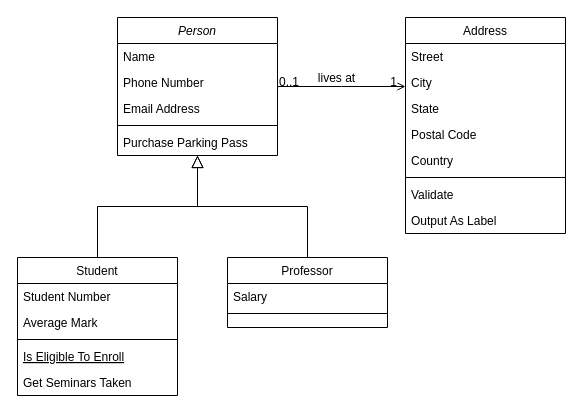
This is CPP_TP1_UML.drawio from Arkpsss/CPP_TP2, a draw.io file, before an edit. Source tidied: cells renumbered, new cells numbered last; positions are measured from the earlier drawing's top-left corner, leaving out a move shared by most shapes. Both pictures are drawn from the tidied source at 100%, with x=0, y=0 at pixel (17, 17).
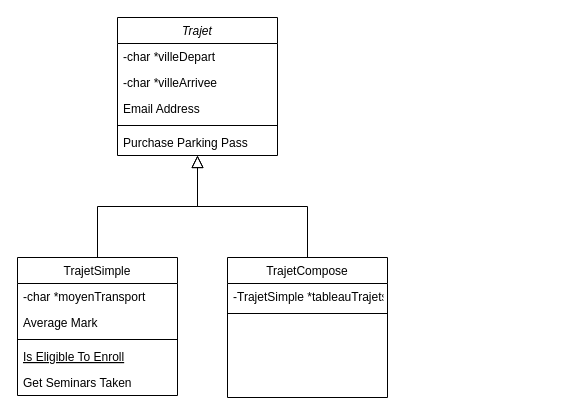
After the change.

Commit message (it also covers changes not shown here):
Mettre à jour CPP_TP1_UML.drawio

The edit, as a diff of the source:
```diff
@@
-    <mxCell id="2" value="Person" style="swimlane;fontStyle=2;align=center;verticalAlign=top;horizontal=1;startSize=26;rounded=0;shadow=0;strokeWidth=1;" parent="1" vertex="1">
+    <mxCell id="2" value="Trajet" style="swimlane;fontStyle=2;align=center;verticalAlign=top;horizontal=1;startSize=26;rounded=0;shadow=0;strokeWidth=1;" parent="1" vertex="1">
       <mxGeometry x="100" width="160" height="138" as="geometry" />
     </mxCell>
-    <mxCell id="3" value="Name" style="text;align=left;verticalAlign=top;spacingLeft=4;spacingRight=4;overflow=hidden;" parent="2" vertex="1">
+    <mxCell id="3" value="-char *villeDepart" style="text;align=left;verticalAlign=top;spacingLeft=4;spacingRight=4;overflow=hidden;" parent="2" vertex="1">
       <mxGeometry y="26" width="160" height="26" as="geometry" />
     </mxCell>
-    <mxCell id="4" value="Phone Number" style="text;align=left;verticalAlign=top;spacingLeft=4;spacingRight=4;overflow=hidden;rounded=0;shadow=0;html=0;" parent="2" vertex="1">
+    <mxCell id="4" value="-char *villeArrivee" style="text;align=left;verticalAlign=top;spacingLeft=4;spacingRight=4;overflow=hidden;rounded=0;shadow=0;html=0;" parent="2" vertex="1">
       <mxGeometry y="52" width="160" height="26" as="geometry" />
     </mxCell>
@@
-    <mxCell id="8" value="Student" style="swimlane;fontStyle=0;align=center;verticalAlign=top;horizontal=1;startSize=26;rounded=0;shadow=0;strokeWidth=1;" parent="1" vertex="1">
+    <mxCell id="8" value="TrajetSimple&#10;" style="swimlane;fontStyle=0;align=center;verticalAlign=top;horizontal=1;startSize=26;rounded=0;shadow=0;strokeWidth=1;" parent="1" vertex="1">
       <mxGeometry y="240" width="160" height="138" as="geometry" />
     </mxCell>
-    <mxCell id="9" value="Student Number" style="text;align=left;verticalAlign=top;spacingLeft=4;spacingRight=4;overflow=hidden;" parent="8" vertex="1">
+    <mxCell id="9" value="-char *moyenTransport" style="text;align=left;verticalAlign=top;spacingLeft=4;spacingRight=4;overflow=hidden;" parent="8" vertex="1">
       <mxGeometry y="26" width="160" height="26" as="geometry" />
     </mxCell>
@@
-    <mxCell id="15" value="Professor" style="swimlane;fontStyle=0;align=center;verticalAlign=top;horizontal=1;startSize=26;rounded=0;shadow=0;strokeWidth=1;" parent="1" vertex="1">
-      <mxGeometry x="210" y="240" width="160" height="70" as="geometry" />
+    <mxCell id="15" value="TrajetCompose" style="swimlane;fontStyle=0;align=center;verticalAlign=top;horizontal=1;startSize=26;rounded=0;shadow=0;strokeWidth=1;" parent="1" vertex="1">
+      <mxGeometry x="210" y="240" width="160" height="140" as="geometry" />
     </mxCell>
-    <mxCell id="16" value="Salary" style="text;align=left;verticalAlign=top;spacingLeft=4;spacingRight=4;overflow=hidden;" parent="15" vertex="1">
+    <mxCell id="16" value="-TrajetSimple *tableauTrajets" style="text;align=left;verticalAlign=top;spacingLeft=4;spacingRight=4;overflow=hidden;" parent="15" vertex="1">
       <mxGeometry y="26" width="160" height="26" as="geometry" />
     </mxCell>
@@
-    <mxCell id="19" value="Address" style="swimlane;fontStyle=0;align=center;verticalAlign=top;horizontal=1;startSize=26;rounded=0;shadow=0;strokeWidth=1;" parent="1" vertex="1">
-      <mxGeometry x="388" width="160" height="216" as="geometry" />
-    </mxCell>
-    <mxCell id="20" value="Street" style="text;align=left;verticalAlign=top;spacingLeft=4;spacingRight=4;overflow=hidden;" parent="19" vertex="1">
-      <mxGeometry y="26" width="160" height="26" as="geometry" />
-    </mxCell>
-    <mxCell id="21" value="City" style="text;align=left;verticalAlign=top;spacingLeft=4;spacingRight=4;overflow=hidden;rounded=0;shadow=0;html=0;" parent="19" vertex="1">
-      <mxGeometry y="52" width="160" height="26" as="geometry" />
-    </mxCell>
-    <mxCell id="22" value="State" style="text;align=left;verticalAlign=top;spacingLeft=4;spacingRight=4;overflow=hidden;rounded=0;shadow=0;html=0;" parent="19" vertex="1">
-      <mxGeometry y="78" width="160" height="26" as="geometry" />
-    </mxCell>
-    <mxCell id="23" value="Postal Code" style="text;align=left;verticalAlign=top;spacingLeft=4;spacingRight=4;overflow=hidden;rounded=0;shadow=0;html=0;" parent="19" vertex="1">
-      <mxGeometry y="104" width="160" height="26" as="geometry" />
-    </mxCell>
-    <mxCell id="24" value="Country" style="text;align=left;verticalAlign=top;spacingLeft=4;spacingRight=4;overflow=hidden;rounded=0;shadow=0;html=0;" parent="19" vertex="1">
-      <mxGeometry y="130" width="160" height="26" as="geometry" />
-    </mxCell>
-    <mxCell id="25" style="line;html=1;strokeWidth=1;align=left;verticalAlign=middle;spacingTop=-1;spacingLeft=3;spacingRight=3;labelPosition=right;" parent="19" vertex="1">
-      <mxGeometry y="156" width="160" height="8" as="geometry" />
-    </mxCell>
-    <mxCell id="26" value="Validate" style="text;align=left;verticalAlign=top;spacingLeft=4;spacingRight=4;overflow=hidden;" parent="19" vertex="1">
-      <mxGeometry y="164" width="160" height="26" as="geometry" />
-    </mxCell>
-    <mxCell id="27" value="Output As Label" style="text;align=left;verticalAlign=top;spacingLeft=4;spacingRight=4;overflow=hidden;" parent="19" vertex="1">
-      <mxGeometry y="190" width="160" height="26" as="geometry" />
-    </mxCell>
-    <mxCell id="28" style="endArrow=open;shadow=0;strokeWidth=1;rounded=0;endFill=1;edgeStyle=elbowEdgeStyle;elbow=vertical;" parent="1" edge="1" source="2" target="19">
-      <mxGeometry x="0.5" y="41" relative="1" as="geometry">
-        <mxPoint x="-40" y="32" as="offset" />
-      </mxGeometry>
-    </mxCell>
-    <mxCell id="29" value="0..1" style="align=left;verticalAlign=bottom;labelBackgroundColor=none;fontSize=12;" parent="28" vertex="1">
-      <mxGeometry x="-1" relative="1" as="geometry">
-        <mxPoint y="4" as="offset" />
-      </mxGeometry>
-    </mxCell>
-    <mxCell id="30" value="1" style="align=right;verticalAlign=bottom;labelBackgroundColor=none;fontSize=12;" parent="28" vertex="1">
-      <mxGeometry x="1" relative="1" as="geometry">
-        <mxPoint x="-7" y="4" as="offset" />
-      </mxGeometry>
-    </mxCell>
-    <mxCell id="31" value="lives at" style="text;html=1;align=center;verticalAlign=middle;labelBackgroundColor=none;rounded=0;shadow=0;strokeWidth=1;fontSize=12;" parent="28" vertex="1">
-      <mxGeometry x="0.5" y="49" relative="1" as="geometry">
-        <mxPoint x="-38" y="40" as="offset" />
-      </mxGeometry>
-    </mxCell>
```
